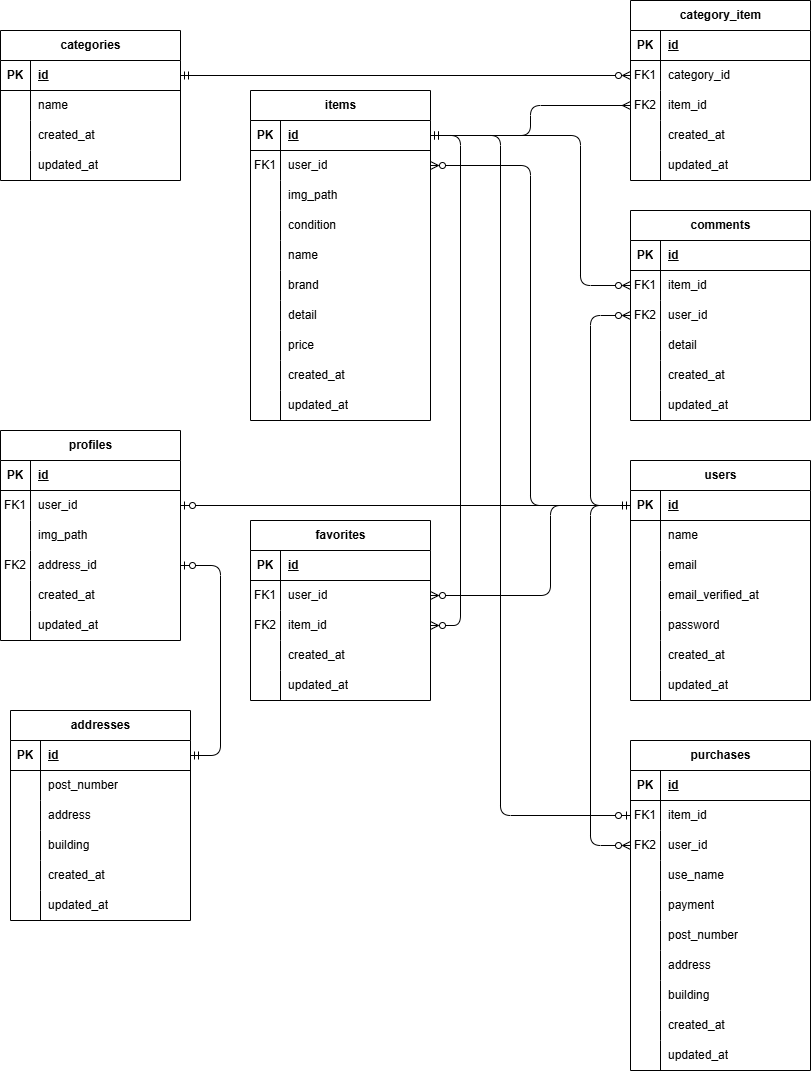
Before: ER.drawio.png, a diagram exported from draw.io (kasahara-dev/kasahara-mogi1). Source tidied: cells renumbered, new cells last; positions are measured from the earlier drawing's top-left corner, leaving out a move shared by most shapes.
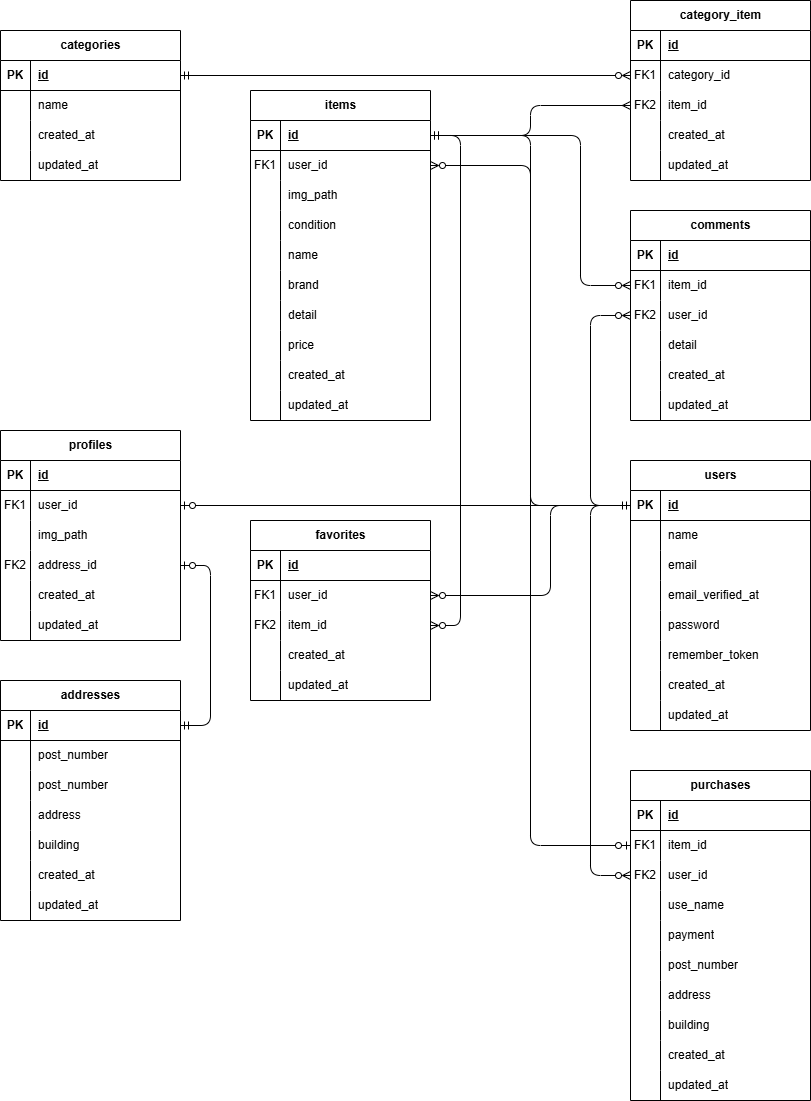
Later version of the same file.

What changed in the source:
```diff
@@ -60,7 +60,7 @@
       <mxGeometry x="30" width="150" height="30" as="geometry" />
     </mxCell>
     <mxCell id="21" value="users" style="shape=table;startSize=30;rowLines=0;fontStyle=1;align=center;html=1;" parent="1" vertex="1">
-      <mxGeometry x="630" y="460" width="180" height="240" as="geometry" />
+      <mxGeometry x="630" y="460" width="180" height="270" as="geometry" />
     </mxCell>
     <mxCell id="22" style="shape=tableRow;horizontal=0;startSize=0;swimlaneHead=0;swimlaneBody=0;fillColor=none;points=[[0,0.5],[1,0.5]];portConstraint=eastwest;top=0;left=0;right=0;bottom=1;" parent="21" vertex="1">
       <mxGeometry y="30" width="180" height="30" as="geometry" />
@@ -107,8 +107,17 @@
     <mxCell id="36" value="password" style="shape=partialRectangle;fillColor=none;top=0;left=0;bottom=0;right=0;align=left;spacingLeft=6;overflow=hidden;whiteSpace=wrap;html=1;" parent="34" vertex="1">
       <mxGeometry x="30" width="150" height="30" as="geometry" />
     </mxCell>
+    <mxCell id="199" style="shape=tableRow;horizontal=0;startSize=0;swimlaneHead=0;swimlaneBody=0;fillColor=none;top=0;left=0;right=0;bottom=0;" parent="21" vertex="1">
+      <mxGeometry y="180" width="180" height="30" as="geometry" />
+    </mxCell>
+    <mxCell id="200" style="shape=partialRectangle;fillColor=none;top=0;left=0;bottom=0;right=0;overflow=hidden;whiteSpace=wrap;html=1;" parent="199" vertex="1">
+      <mxGeometry width="30" height="30" as="geometry" />
+    </mxCell>
+    <mxCell id="201" value="remember_token" style="shape=partialRectangle;fillColor=none;top=0;left=0;bottom=0;right=0;align=left;spacingLeft=6;overflow=hidden;whiteSpace=wrap;html=1;" parent="199" vertex="1">
+      <mxGeometry x="30" width="150" height="30" as="geometry" />
+    </mxCell>
     <mxCell id="37" style="shape=tableRow;horizontal=0;startSize=0;swimlaneHead=0;swimlaneBody=0;fillColor=none;top=0;left=0;right=0;bottom=0;" parent="21" vertex="1">
-      <mxGeometry y="180" width="180" height="30" as="geometry" />
+      <mxGeometry y="210" width="180" height="30" as="geometry" />
     </mxCell>
     <mxCell id="38" style="shape=partialRectangle;fillColor=none;top=0;left=0;bottom=0;right=0;overflow=hidden;whiteSpace=wrap;html=1;" parent="37" vertex="1">
       <mxGeometry width="30" height="30" as="geometry" />
@@ -117,7 +126,7 @@
       <mxGeometry x="30" width="150" height="30" as="geometry" />
     </mxCell>
     <mxCell id="40" style="shape=tableRow;horizontal=0;startSize=0;swimlaneHead=0;swimlaneBody=0;fillColor=none;top=0;left=0;right=0;bottom=0;" parent="21" vertex="1">
-      <mxGeometry y="210" width="180" height="30" as="geometry" />
+      <mxGeometry y="240" width="180" height="30" as="geometry" />
     </mxCell>
     <mxCell id="41" style="shape=partialRectangle;fillColor=none;top=0;left=0;bottom=0;right=0;overflow=hidden;whiteSpace=wrap;html=1;" parent="40" vertex="1">
       <mxGeometry width="30" height="30" as="geometry" />
@@ -222,7 +231,7 @@
       <mxGeometry x="30" width="150" height="30" as="geometry" />
     </mxCell>
     <mxCell id="75" value="addresses" style="shape=table;startSize=30;rowLines=0;fontStyle=1;align=center;html=1;" parent="1" vertex="1">
-      <mxGeometry x="10" y="710" width="180" height="210" as="geometry" />
+      <mxGeometry y="680" width="180" height="240" as="geometry" />
     </mxCell>
     <mxCell id="76" style="shape=tableRow;horizontal=0;startSize=0;swimlaneHead=0;swimlaneBody=0;fillColor=none;points=[[0,0.5],[1,0.5]];portConstraint=eastwest;top=0;left=0;right=0;bottom=1;" parent="75" vertex="1">
       <mxGeometry y="30" width="180" height="30" as="geometry" />
@@ -242,8 +251,17 @@
     <mxCell id="81" value="post_number" style="shape=partialRectangle;fillColor=none;top=0;left=0;bottom=0;right=0;align=left;spacingLeft=6;overflow=hidden;whiteSpace=wrap;html=1;" parent="79" vertex="1">
       <mxGeometry x="30" width="150" height="30" as="geometry" />
     </mxCell>
+    <mxCell id="202" style="shape=tableRow;horizontal=0;startSize=0;swimlaneHead=0;swimlaneBody=0;fillColor=none;top=0;left=0;right=0;bottom=0;" parent="75" vertex="1">
+      <mxGeometry y="90" width="180" height="30" as="geometry" />
+    </mxCell>
+    <mxCell id="203" style="shape=partialRectangle;fillColor=none;top=0;left=0;bottom=0;right=0;overflow=hidden;whiteSpace=wrap;html=1;" parent="202" vertex="1">
+      <mxGeometry width="30" height="30" as="geometry" />
+    </mxCell>
+    <mxCell id="204" value="post_number" style="shape=partialRectangle;fillColor=none;top=0;left=0;bottom=0;right=0;align=left;spacingLeft=6;overflow=hidden;whiteSpace=wrap;html=1;" parent="202" vertex="1">
+      <mxGeometry x="30" width="150" height="30" as="geometry" />
+    </mxCell>
     <mxCell id="82" style="shape=tableRow;horizontal=0;startSize=0;swimlaneHead=0;swimlaneBody=0;fillColor=none;top=0;left=0;right=0;bottom=0;" parent="75" vertex="1">
-      <mxGeometry y="90" width="180" height="30" as="geometry" />
+      <mxGeometry y="120" width="180" height="30" as="geometry" />
     </mxCell>
     <mxCell id="83" style="shape=partialRectangle;fillColor=none;top=0;left=0;bottom=0;right=0;overflow=hidden;whiteSpace=wrap;html=1;" parent="82" vertex="1">
       <mxGeometry width="30" height="30" as="geometry" />
@@ -252,7 +270,7 @@
       <mxGeometry x="30" width="150" height="30" as="geometry" />
     </mxCell>
     <mxCell id="85" style="shape=tableRow;horizontal=0;startSize=0;swimlaneHead=0;swimlaneBody=0;fillColor=none;top=0;left=0;right=0;bottom=0;" parent="75" vertex="1">
-      <mxGeometry y="120" width="180" height="30" as="geometry" />
+      <mxGeometry y="150" width="180" height="30" as="geometry" />
     </mxCell>
     <mxCell id="86" style="shape=partialRectangle;fillColor=none;top=0;left=0;bottom=0;right=0;overflow=hidden;whiteSpace=wrap;html=1;" parent="85" vertex="1">
       <mxGeometry width="30" height="30" as="geometry" />
@@ -261,7 +279,7 @@
       <mxGeometry x="30" width="150" height="30" as="geometry" />
     </mxCell>
     <mxCell id="88" style="shape=tableRow;horizontal=0;startSize=0;swimlaneHead=0;swimlaneBody=0;fillColor=none;top=0;left=0;right=0;bottom=0;" parent="75" vertex="1">
-      <mxGeometry y="150" width="180" height="30" as="geometry" />
+      <mxGeometry y="180" width="180" height="30" as="geometry" />
     </mxCell>
     <mxCell id="89" style="shape=partialRectangle;fillColor=none;top=0;left=0;bottom=0;right=0;overflow=hidden;whiteSpace=wrap;html=1;" parent="88" vertex="1">
       <mxGeometry width="30" height="30" as="geometry" />
@@ -270,7 +288,7 @@
       <mxGeometry x="30" width="150" height="30" as="geometry" />
     </mxCell>
     <mxCell id="91" style="shape=tableRow;horizontal=0;startSize=0;swimlaneHead=0;swimlaneBody=0;fillColor=none;top=0;left=0;right=0;bottom=0;" parent="75" vertex="1">
-      <mxGeometry y="180" width="180" height="30" as="geometry" />
+      <mxGeometry y="210" width="180" height="30" as="geometry" />
     </mxCell>
     <mxCell id="92" style="shape=partialRectangle;fillColor=none;top=0;left=0;bottom=0;right=0;overflow=hidden;whiteSpace=wrap;html=1;" parent="91" vertex="1">
       <mxGeometry width="30" height="30" as="geometry" />
@@ -336,7 +354,7 @@
       <mxGeometry x="30" width="150" height="30" as="geometry" />
     </mxCell>
     <mxCell id="113" value="purchases" style="shape=table;startSize=30;rowLines=0;fontStyle=1;align=center;html=1;" parent="1" vertex="1">
-      <mxGeometry x="630" y="740" width="180" height="330" as="geometry" />
+      <mxGeometry x="630" y="770" width="180" height="330" as="geometry" />
     </mxCell>
     <mxCell id="114" style="shape=tableRow;horizontal=0;startSize=0;swimlaneHead=0;swimlaneBody=0;fillColor=none;top=0;left=0;right=0;bottom=1;" parent="113" vertex="1">
       <mxGeometry y="30" width="180" height="30" as="geometry" />
@@ -566,8 +584,8 @@
     <mxCell id="189" style="html=1;exitX=1;exitY=0.5;exitDx=0;exitDy=0;entryX=1;entryY=0.5;entryDx=0;entryDy=0;startArrow=ERzeroToOne;startFill=0;endArrow=ERmandOne;endFill=0;edgeStyle=orthogonalEdgeStyle;" parent="1" edge="1" source="12" target="76">
       <mxGeometry relative="1" as="geometry">
         <Array as="points">
-          <mxPoint x="220" y="565" />
-          <mxPoint x="220" y="755" />
+          <mxPoint x="210" y="565" />
+          <mxPoint x="210" y="725" />
         </Array>
       </mxGeometry>
     </mxCell>
@@ -590,18 +608,13 @@
     <mxCell id="192" style="html=1;exitX=0;exitY=0.5;exitDx=0;exitDy=0;entryX=0;entryY=0.5;entryDx=0;entryDy=0;startArrow=ERzeroToMany;startFill=0;endArrow=none;endFill=0;edgeStyle=orthogonalEdgeStyle;" parent="1" edge="1" source="120" target="22">
       <mxGeometry relative="1" as="geometry">
         <Array as="points">
-          <mxPoint x="590" y="845" />
+          <mxPoint x="590" y="875" />
           <mxPoint x="590" y="505" />
         </Array>
       </mxGeometry>
     </mxCell>
     <mxCell id="193" style="html=1;exitX=0;exitY=0.5;exitDx=0;exitDy=0;entryX=1;entryY=0.5;entryDx=0;entryDy=0;startArrow=ERzeroToOne;startFill=0;endArrow=none;endFill=0;edgeStyle=orthogonalEdgeStyle;" parent="1" edge="1" source="117" target="45">
-      <mxGeometry relative="1" as="geometry">
-        <Array as="points">
-          <mxPoint x="500" y="815" />
-          <mxPoint x="500" y="135" />
-        </Array>
-      </mxGeometry>
+      <mxGeometry relative="1" as="geometry" />
     </mxCell>
     <mxCell id="194" style="edgeStyle=orthogonalEdgeStyle;html=1;exitX=1;exitY=0.5;exitDx=0;exitDy=0;entryX=0;entryY=0.5;entryDx=0;entryDy=0;startArrow=ERzeroToMany;startFill=0;endArrow=none;endFill=0;" parent="1" edge="1" source="48" target="22">
       <mxGeometry relative="1" as="geometry" />
```
